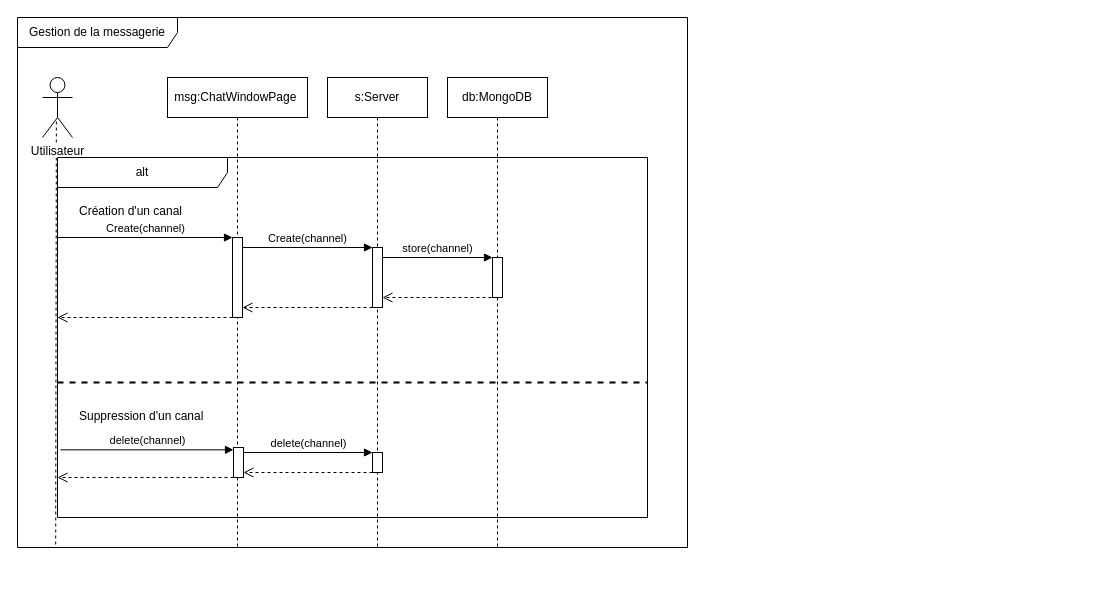
Above: page "diagramme_seq_gestionChat" (2 of 10) of doc/diagrammes.drawio in margielamob/Cherches-Trouves-Gagnes (draw.io), before the change. Source tidied: cells renumbered, new cells numbered last; positions are measured from the earlier drawing's top-left corner, leaving out a move shared by most shapes. Both pictures are drawn from the tidied source at 100%, with x=0, y=0 at pixel (17, 17).
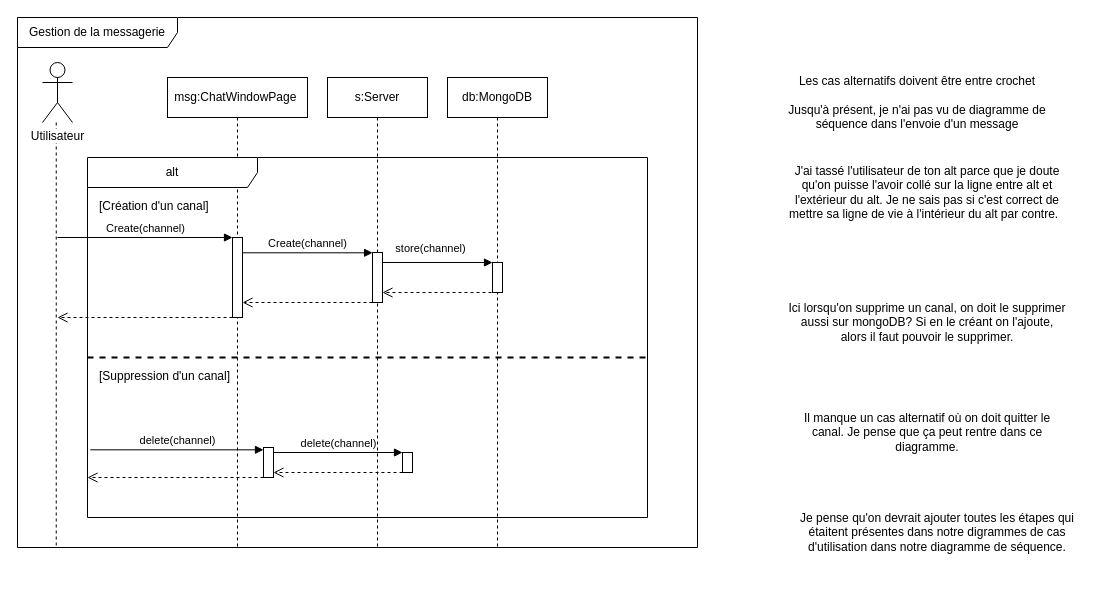
After the change.

The change refers to these unchanged cells:
```xml
<mxCell id="4" style="html=1;points=[[0,0,0,0,5],[0,1,0,0,-5],[1,0,0,0,5],[1,1,0,0,-5]];perimeter=orthogonalPerimeter;outlineConnect=0;targetShapes=umlLifeline;portConstraint=eastwest;newEdgeStyle={&quot;curved&quot;:0,&quot;rounded&quot;:0};" parent="3" vertex="1">
  <mxGeometry x="65" y="160" width="10" height="80" as="geometry" />
</mxCell>
<mxCell id="7" value="s:Server" style="shape=umlLifeline;perimeter=lifelinePerimeter;whiteSpace=wrap;html=1;newEdgeStyle={&quot;edgeStyle&quot;:&quot;elbowEdgeStyle&quot;,&quot;elbow&quot;:&quot;vertical&quot;,&quot;curved&quot;:0,&quot;rounded&quot;:0};" parent="2" vertex="1">
  <mxGeometry x="310" y="60" width="100" height="470" as="geometry" />
</mxCell>
<mxCell id="9" value="db:MongoDB" style="shape=umlLifeline;perimeter=lifelinePerimeter;whiteSpace=wrap;html=1;newEdgeStyle={&quot;edgeStyle&quot;:&quot;elbowEdgeStyle&quot;,&quot;elbow&quot;:&quot;vertical&quot;,&quot;curved&quot;:0,&quot;rounded&quot;:0};" parent="2" vertex="1">
  <mxGeometry x="430" y="60" width="100" height="470" as="geometry" />
</mxCell>
```

Diff of the diagram source:
```diff
@@
     <mxCell id="2" value="Gestion de la messagerie" style="shape=umlFrame;whiteSpace=wrap;html=1;width=160;" parent="1" vertex="1">
-      <mxGeometry width="670" height="530" as="geometry" />
+      <mxGeometry width="680" height="530" as="geometry" />
     </mxCell>
@@
-    <mxCell id="8" style="html=1;points=[[0,0,0,0,5],[0,1,0,0,-5],[1,0,0,0,5],[1,1,0,0,-5]];perimeter=orthogonalPerimeter;outlineConnect=0;targetShapes=umlLifeline;portConstraint=eastwest;newEdgeStyle={&quot;curved&quot;:0,&quot;rounded&quot;:0};" parent="7" vertex="1">
-      <mxGeometry x="45" y="170" width="10" height="60" as="geometry" />
-    </mxCell>
@@
-    <mxCell id="10" style="html=1;perimeter=orthogonalPerimeter;targetShapes=umlLifeline;newEdgeStyle={&quot;curved&quot;:0,&quot;rounded&quot;:0};" parent="9" vertex="1">
-      <mxGeometry x="45" y="180" width="10" height="40" as="geometry" />
-    </mxCell>
-    <mxCell id="11" style="endArrow=none;dashed=1;html=1;rounded=0;exitX=0.462;exitY=0.733;exitDx=0;exitDy=0;exitPerimeter=0;orthogonal=1;entryX=0.057;entryY=0.998;entryDx=0;entryDy=0;entryPerimeter=0;" parent="2" edge="1" source="12" target="2">
+    <mxCell id="11" style="endArrow=none;dashed=1;html=1;rounded=0;orthogonal=1;entryX=0.057;entryY=0.998;entryDx=0;entryDy=0;entryPerimeter=0;" parent="2" edge="1" source="12" target="2">
       <mxGeometry relative="1" as="geometry" />
     </mxCell>
     <mxCell id="12" value="Utilisateur" style="shape=umlActor;verticalLabelPosition=bottom;verticalAlign=top;html=1;labelBackgroundColor=default;" parent="2" vertex="1">
-      <mxGeometry x="25" y="60" width="30" height="60" as="geometry" />
+      <mxGeometry x="25" y="45" width="30" height="60" as="geometry" />
     </mxCell>
     <mxCell id="13" value="alt" style="shape=umlFrame;whiteSpace=wrap;html=1;width=170;" parent="2" vertex="1">
-      <mxGeometry x="40" y="140" width="590" height="360" as="geometry" />
+      <mxGeometry x="70" y="140" width="560" height="360" as="geometry" />
     </mxCell>
-    <mxCell id="14" value="Création d'un canal" style="text;html=1;" parent="13" vertex="1">
-      <mxGeometry width="100" height="20" relative="1" as="geometry">
-        <mxPoint x="20" y="40" as="offset" />
+    <mxCell id="14" value="[Création d'un canal]" style="text;html=1;" parent="13" vertex="1">
+      <mxGeometry width="120" height="20" relative="1" as="geometry">
+        <mxPoint x="10" y="35" as="offset" />
       </mxGeometry>
     </mxCell>
-    <mxCell id="15" value="Suppression d'un canal" style="line;strokeWidth=2;dashed=1;labelPosition=center;verticalLabelPosition=bottom;align=left;verticalAlign=top;spacingLeft=20;spacingTop=15;html=1;whiteSpace=wrap;" parent="13" vertex="1">
-      <mxGeometry y="220" width="590" height="10" as="geometry" />
+    <mxCell id="15" style="line;strokeWidth=2;dashed=1;labelPosition=center;verticalLabelPosition=bottom;align=left;verticalAlign=top;spacingLeft=20;spacingTop=15;html=1;whiteSpace=wrap;" parent="13" vertex="1">
+      <mxGeometry y="195" width="560" height="10" as="geometry" />
     </mxCell>
-    <mxCell id="16" value="Create(channel)" style="html=1;verticalAlign=bottom;endArrow=block;curved=0;rounded=0;" parent="13" edge="1">
-      <mxGeometry relative="1" as="geometry">
-        <mxPoint x="185" y="90" as="sourcePoint" />
-        <mxPoint x="315" y="90" as="targetPoint" />
-      </mxGeometry>
-    </mxCell>
-    <mxCell id="17" style="html=1;verticalAlign=bottom;endArrow=open;dashed=1;endSize=8;curved=0;rounded=0;exitX=0;exitY=1;exitDx=0;exitDy=-5;" parent="13" edge="1">
-      <mxGeometry relative="1" as="geometry">
-        <mxPoint x="315" y="150" as="sourcePoint" />
-        <mxPoint x="185" y="150" as="targetPoint" />
-      </mxGeometry>
-    </mxCell>
-    <mxCell id="18" style="html=1;verticalAlign=bottom;endArrow=open;dashed=1;endSize=8;curved=0;rounded=0;exitX=0;exitY=1;exitDx=0;exitDy=-5;" parent="13" edge="1" target="8">
+    <mxCell id="18" style="html=1;verticalAlign=bottom;endArrow=open;dashed=1;endSize=8;curved=0;rounded=0;" parent="13" edge="1">
       <mxGeometry relative="1" as="geometry">
-        <mxPoint x="440" y="140" as="sourcePoint" />
+        <mxPoint x="410" y="135" as="sourcePoint" />
+        <mxPoint x="295" y="135" as="targetPoint" />
       </mxGeometry>
     </mxCell>
-    <mxCell id="19" value="store(channel)" style="html=1;verticalAlign=bottom;endArrow=block;curved=0;rounded=0;entryX=0;entryY=0;entryDx=0;entryDy=5;" parent="13" edge="1">
-      <mxGeometry relative="1" as="geometry">
-        <mxPoint x="325" y="100" as="sourcePoint" />
-        <mxPoint x="435" y="100" as="targetPoint" />
-      </mxGeometry>
-    </mxCell>
@@
+    <mxCell id="26" value="[Suppression d'un canal]" style="text;html=1;" parent="13" vertex="1">
+      <mxGeometry x="10" y="205" width="120" height="20" as="geometry" />
+    </mxCell>
+    <mxCell id="17" style="html=1;verticalAlign=bottom;endArrow=open;dashed=1;endSize=8;curved=0;rounded=0;" parent="13" edge="1" source="8">
+      <mxGeometry relative="1" as="geometry">
+        <mxPoint x="155" y="145" as="targetPoint" />
+      </mxGeometry>
+    </mxCell>
+    <mxCell id="8" style="html=1;points=[[0,0,0,0,5],[0,1,0,0,-5],[1,0,0,0,5],[1,1,0,0,-5]];perimeter=orthogonalPerimeter;outlineConnect=0;targetShapes=umlLifeline;portConstraint=eastwest;newEdgeStyle={&quot;curved&quot;:0,&quot;rounded&quot;:0};" parent="13" vertex="1">
+      <mxGeometry x="285" y="95" width="10" height="50" as="geometry" />
+    </mxCell>
+    <mxCell id="10" style="html=1;perimeter=orthogonalPerimeter;targetShapes=umlLifeline;newEdgeStyle={&quot;curved&quot;:0,&quot;rounded&quot;:0};" parent="13" vertex="1">
+      <mxGeometry x="405" y="105" width="10" height="30" as="geometry" />
+    </mxCell>
+    <mxCell id="19" value="store(channel)" style="html=1;verticalAlign=bottom;endArrow=block;curved=0;rounded=0;" parent="13" edge="1">
+      <mxGeometry x="-0.12" y="5" relative="1" as="geometry">
+        <mxPoint x="295" y="105" as="sourcePoint" />
+        <mxPoint x="405" y="105" as="targetPoint" />
+      </mxGeometry>
+    </mxCell>
+    <mxCell id="16" value="Create(channel)" style="html=1;verticalAlign=bottom;endArrow=block;curved=0;rounded=0;entryX=0.006;entryY=0.006;entryDx=0;entryDy=0;entryPerimeter=0;" parent="2" edge="1" source="4" target="8">
+      <mxGeometry relative="1" as="geometry" />
+    </mxCell>
+    <mxCell id="27" value="Les cas alternatifs doivent être entre crochet&lt;br&gt;&lt;br&gt;Jusqu'à présent, je n'ai pas vu de diagramme de séquence dans l'envoie d'un message" style="text;html=1;strokeColor=none;fillColor=none;align=center;verticalAlign=middle;whiteSpace=wrap;rounded=0;" parent="1" vertex="1">
+      <mxGeometry x="760" y="45" width="280" height="80" as="geometry" />
+    </mxCell>
+    <mxCell id="28" value="Ici lorsqu'on supprime un canal, on doit le supprimer aussi sur mongoDB? Si en le créant on l'ajoute, alors il faut pouvoir le supprimer." style="text;html=1;strokeColor=none;fillColor=none;align=center;verticalAlign=middle;whiteSpace=wrap;rounded=0;" parent="1" vertex="1">
+      <mxGeometry x="770" y="245" width="280" height="120" as="geometry" />
+    </mxCell>
+    <mxCell id="29" value="Il manque un cas alternatif où on doit quitter le canal. Je pense que ça peut rentre dans ce diagramme." style="text;html=1;strokeColor=none;fillColor=none;align=center;verticalAlign=middle;whiteSpace=wrap;rounded=0;" parent="1" vertex="1">
+      <mxGeometry x="770" y="355" width="280" height="120" as="geometry" />
+    </mxCell>
+    <mxCell id="30" value="Je pense qu'on devrait ajouter toutes les étapes qui étaitent présentes dans notre digrammes de cas d'utilisation dans notre diagramme de séquence." style="text;html=1;strokeColor=none;fillColor=none;align=center;verticalAlign=middle;whiteSpace=wrap;rounded=0;" parent="1" vertex="1">
+      <mxGeometry x="780" y="455" width="280" height="120" as="geometry" />
+    </mxCell>
+    <mxCell id="31" value="J'ai tassé l'utilisateur de ton alt parce que je doute qu'on puisse l'avoir collé sur la ligne entre alt et l'extérieur du alt. Je ne sais pas si c'est correct de mettre sa ligne de vie à l'intérieur du alt par contre.&amp;nbsp;&amp;nbsp;" style="text;html=1;strokeColor=none;fillColor=none;align=center;verticalAlign=middle;whiteSpace=wrap;rounded=0;" parent="1" vertex="1">
+      <mxGeometry x="770" y="135" width="280" height="80" as="geometry" />
+    </mxCell>
```
